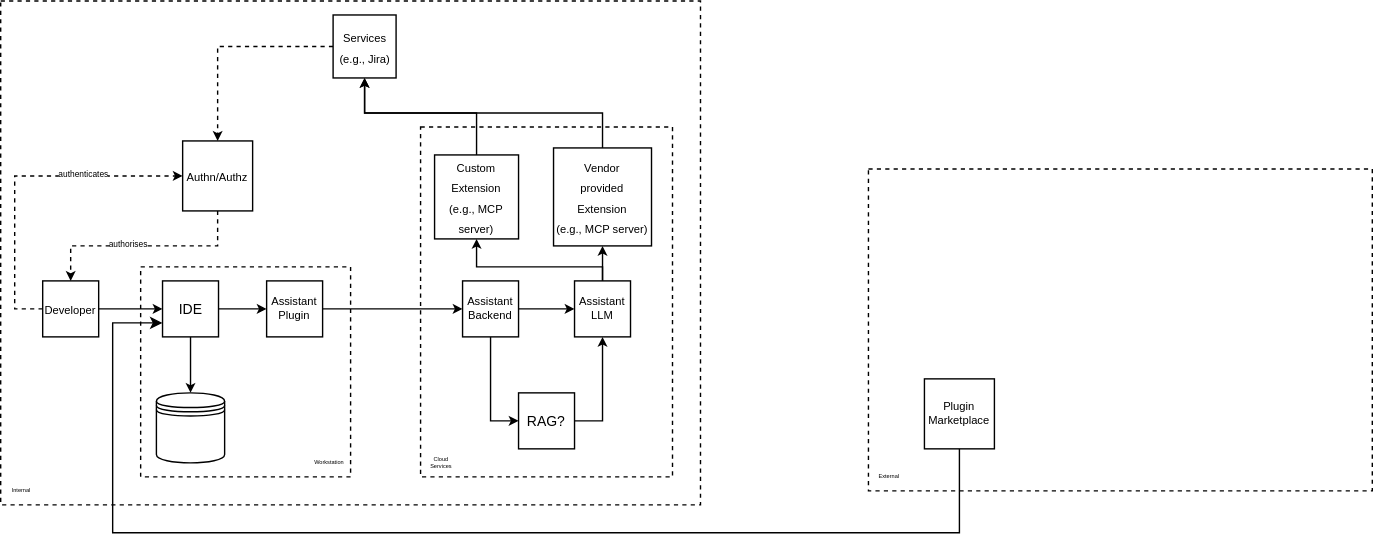
Above: subgroups/use-cases-and-threat-models/use_cases/code_assistant/diagram/ai_code_generator_threat_model_diagram.drawio.svg in lfai/security-and-compliance (draw.io), before the change. Source tidied: cells renumbered, new cells last; positions are measured from the earlier drawing's top-left corner, leaving out a move shared by most shapes.
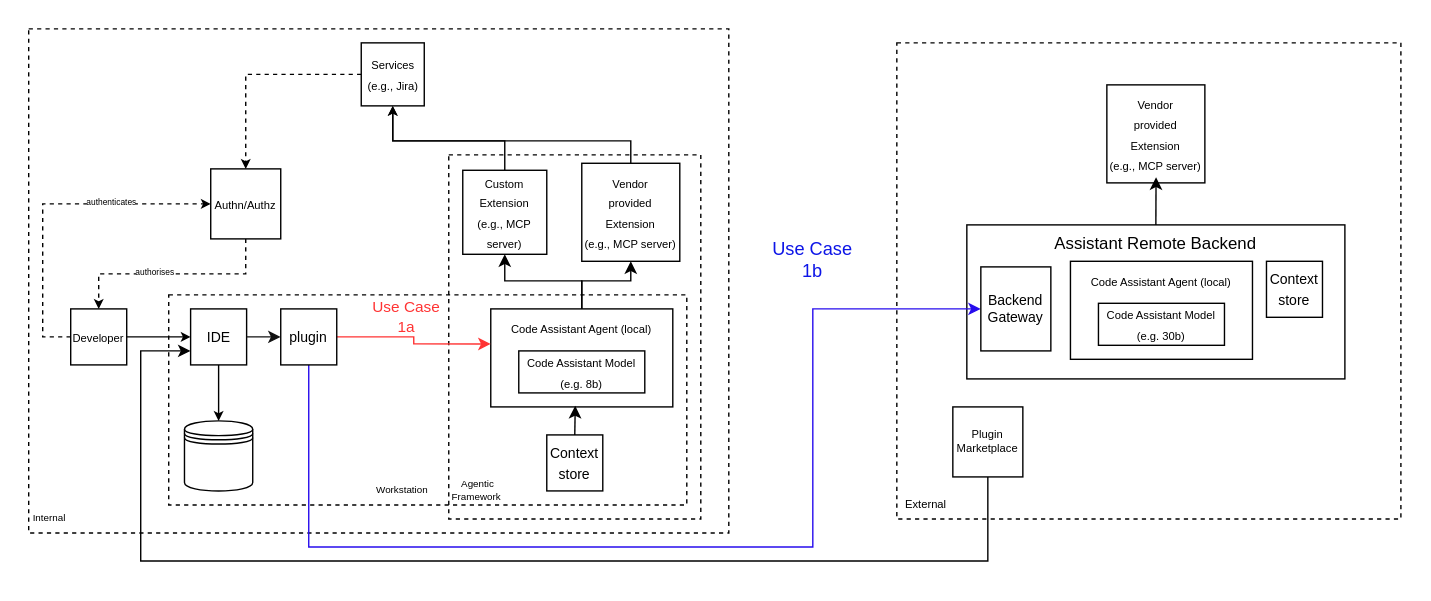
Later version of the same file.

Change to the diagram source:
```diff
@@ -2,12 +2,27 @@
   <root>
     <mxCell id="0" />
     <mxCell id="1" parent="0" />
+    <mxCell id="39" value="Assistant Remote Backend" style="rounded=0;whiteSpace=wrap;html=1;verticalAlign=top;" parent="1" vertex="1">
+      <mxGeometry x="670" y="140" width="270" height="110" as="geometry" />
+    </mxCell>
     <mxCell id="2" style="rounded=0;whiteSpace=wrap;html=1;fillColor=none;dashed=1;" parent="1" vertex="1">
       <mxGeometry width="500" height="360" as="geometry" />
     </mxCell>
     <mxCell id="3" style="rounded=0;html=1;fillColor=none;dashed=1;whiteSpace=wrap;" parent="1" vertex="1">
-      <mxGeometry x="100" y="190" width="150" height="150" as="geometry" />
+      <mxGeometry x="100" y="190" width="370" height="150" as="geometry" />
     </mxCell>
+    <mxCell id="15" style="rounded=0;whiteSpace=wrap;html=1;fillColor=none;dashed=1;" parent="1" vertex="1">
+      <mxGeometry x="300" y="90" width="180" height="260" as="geometry" />
+    </mxCell>
+    <mxCell id="40" style="edgeStyle=orthogonalEdgeStyle;rounded=0;jettySize=auto;html=1;exitX=0.5;exitY=0;exitDx=0;exitDy=0;entryX=0.5;entryY=1;entryDx=0;entryDy=0;" parent="1" edge="1" source="42" target="28">
+      <mxGeometry relative="1" as="geometry" />
+    </mxCell>
+    <mxCell id="41" style="edgeStyle=orthogonalEdgeStyle;rounded=0;jettySize=auto;html=1;exitX=0.5;exitY=0;exitDx=0;exitDy=0;entryX=0.5;entryY=1;entryDx=0;entryDy=0;" parent="1" edge="1" source="42" target="30">
+      <mxGeometry relative="1" as="geometry" />
+    </mxCell>
+    <mxCell id="42" value="&lt;span style=&quot;font-size: 8px;&quot;&gt;Code Assistant Agent (local)&lt;/span&gt;" style="rounded=0;whiteSpace=wrap;html=1;verticalAlign=top;" parent="1" vertex="1">
+      <mxGeometry x="330" y="200" width="130" height="70" as="geometry" />
+    </mxCell>
     <mxCell id="4" style="edgeStyle=orthogonalEdgeStyle;rounded=0;jettySize=auto;html=1;fontSize=11;startSize=5;endSize=4;" parent="1" edge="1" source="7" target="10">
       <mxGeometry relative="1" as="geometry" />
     </mxCell>
@@ -23,56 +38,32 @@
     <mxCell id="8" style="edgeStyle=orthogonalEdgeStyle;rounded=0;jettySize=auto;html=1;exitX=0.5;exitY=1;exitDx=0;exitDy=0;entryX=0.5;entryY=0;entryDx=0;entryDy=0;endSize=4;" parent="1" edge="1" source="10" target="13">
       <mxGeometry relative="1" as="geometry" />
     </mxCell>
-    <mxCell id="9" style="edgeStyle=orthogonalEdgeStyle;rounded=0;jettySize=auto;html=1;exitX=1;exitY=0.5;exitDx=0;exitDy=0;entryX=0;entryY=0.5;entryDx=0;entryDy=0;endSize=4;" parent="1" edge="1" source="10" target="12">
-      <mxGeometry relative="1" as="geometry" />
-    </mxCell>
+    <mxCell id="43" style="edgeStyle=orthogonalEdgeStyle;rounded=0;jettySize=auto;html=1;exitX=1;exitY=0.5;exitDx=0;exitDy=0;strokeColor=#FF3333;" parent="1" edge="1" source="49">
+      <mxGeometry relative="1" as="geometry">
+        <mxPoint x="330" y="225" as="targetPoint" />
+      </mxGeometry>
+    </mxCell>
     <mxCell id="10" value="&lt;p&gt;&lt;font style=&quot;font-size: 10px;&quot;&gt;IDE&lt;/font&gt;&lt;/p&gt;" style="whiteSpace=wrap;html=1;" parent="1" vertex="1">
       <mxGeometry x="115.6" y="200" width="40" height="40" as="geometry" />
     </mxCell>
-    <mxCell id="11" style="edgeStyle=orthogonalEdgeStyle;rounded=0;jettySize=auto;html=1;endSize=4;" parent="1" edge="1" source="12" target="23">
-      <mxGeometry relative="1" as="geometry" />
-    </mxCell>
-    <mxCell id="12" value="Assistant&#10;Plugin" style="whiteSpace=wrap;html=1;autosizeText=1;fontSize=8;" parent="1" vertex="1">
-      <mxGeometry x="190" y="200" width="40" height="40" as="geometry" />
-    </mxCell>
+    <mxCell id="44" style="edgeStyle=orthogonalEdgeStyle;rounded=0;jettySize=auto;html=1;exitX=0.5;exitY=1;exitDx=0;exitDy=0;entryX=0;entryY=0.5;entryDx=0;entryDy=0;strokeColor=light-dark(#270ced, #ededed);" parent="1" edge="1" source="49" target="56">
+      <mxGeometry relative="1" as="geometry">
+        <Array as="points">
+          <mxPoint x="200" y="370" />
+          <mxPoint x="560" y="370" />
+          <mxPoint x="560" y="200" />
+        </Array>
+      </mxGeometry>
+    </mxCell>
     <mxCell id="13" value="&lt;span style=&quot;color: light-dark(transparent, rgb(255, 255, 255));&quot;&gt;&lt;font style=&quot;font-size: 8px;&quot;&gt;&lt;span style=&quot;text-align: start; caret-color: rgb(0, 0, 0);&quot;&gt;Local&lt;/span&gt;&lt;/font&gt;&lt;/span&gt;&lt;div&gt;&lt;span style=&quot;color: light-dark(transparent, rgb(255, 255, 255));&quot;&gt;&lt;font style=&quot;font-size: 8px;&quot;&gt;&lt;span style=&quot;text-align: start; caret-color: rgb(0, 0, 0);&quot;&gt;codebase&lt;/span&gt;&lt;/font&gt;&lt;/span&gt;&lt;/div&gt;&lt;div&gt;&lt;span style=&quot;color: light-dark(transparent, rgb(255, 255, 255));&quot;&gt;&lt;font style=&quot;font-size: 8px;&quot;&gt;&lt;span style=&quot;text-align: start; caret-color: rgb(0, 0, 0);&quot;&gt;clone&lt;/span&gt;&lt;/font&gt;&lt;/span&gt;&lt;/div&gt;" style="shape=datastore;html=1;fontSize=6;" parent="1" vertex="1">
       <mxGeometry x="111.2" y="280" width="48.8" height="50" as="geometry" />
     </mxCell>
     <mxCell id="14" style="rounded=0;whiteSpace=wrap;html=1;fillColor=none;dashed=1;" parent="1" vertex="1">
-      <mxGeometry x="620" y="120" width="360" height="230" as="geometry" />
+      <mxGeometry x="620" y="10" width="360" height="340" as="geometry" />
     </mxCell>
-    <mxCell id="15" style="rounded=0;whiteSpace=wrap;html=1;fillColor=none;dashed=1;" parent="1" vertex="1">
-      <mxGeometry x="300" y="90" width="180" height="250" as="geometry" />
-    </mxCell>
-    <mxCell id="16" style="edgeStyle=orthogonalEdgeStyle;rounded=0;jettySize=auto;html=1;exitX=0.5;exitY=0;exitDx=0;exitDy=0;entryX=0.5;entryY=1;entryDx=0;entryDy=0;endSize=4;" parent="1" edge="1" source="18" target="30">
-      <mxGeometry relative="1" as="geometry" />
-    </mxCell>
-    <mxCell id="17" style="edgeStyle=orthogonalEdgeStyle;rounded=0;jettySize=auto;html=1;exitX=0.5;exitY=0;exitDx=0;exitDy=0;entryX=0.5;entryY=1;entryDx=0;entryDy=0;endSize=4;" parent="1" edge="1" source="18" target="28">
-      <mxGeometry relative="1" as="geometry">
-        <Array as="points">
-          <mxPoint x="430" y="190" />
-          <mxPoint x="340" y="190" />
-        </Array>
-      </mxGeometry>
-    </mxCell>
-    <mxCell id="18" value="Assistant&#10;LLM" style="whiteSpace=wrap;html=1;align=center;fontSize=8;" parent="1" vertex="1">
-      <mxGeometry x="410" y="200" width="40" height="40" as="geometry" />
-    </mxCell>
-    <mxCell id="19" style="edgeStyle=orthogonalEdgeStyle;rounded=0;jettySize=auto;html=1;exitX=1;exitY=0.5;exitDx=0;exitDy=0;entryX=0.5;entryY=1;entryDx=0;entryDy=0;endSize=4;" parent="1" edge="1" source="20" target="18">
-      <mxGeometry relative="1" as="geometry" />
-    </mxCell>
-    <mxCell id="20" value="&lt;font style=&quot;font-size: 10px;&quot;&gt;RAG?&lt;/font&gt;" style="whiteSpace=wrap;html=1;" parent="1" vertex="1">
-      <mxGeometry x="370" y="280" width="40" height="40" as="geometry" />
+    <mxCell id="20" value="&lt;font style=&quot;font-size: 10px;&quot;&gt;Context store&lt;/font&gt;" style="whiteSpace=wrap;html=1;" parent="1" vertex="1">
+      <mxGeometry x="370" y="290" width="40" height="40" as="geometry" />
     </mxCell>
-    <mxCell id="21" style="edgeStyle=orthogonalEdgeStyle;rounded=0;jettySize=auto;html=1;exitX=1;exitY=0.5;exitDx=0;exitDy=0;entryX=0;entryY=0.5;entryDx=0;entryDy=0;endSize=4;" parent="1" edge="1" source="23" target="18">
-      <mxGeometry relative="1" as="geometry" />
-    </mxCell>
-    <mxCell id="22" style="edgeStyle=orthogonalEdgeStyle;rounded=0;jettySize=auto;html=1;exitX=0.5;exitY=1;exitDx=0;exitDy=0;entryX=0;entryY=0.5;entryDx=0;entryDy=0;endSize=4;" parent="1" edge="1" source="23" target="20">
-      <mxGeometry relative="1" as="geometry" />
-    </mxCell>
-    <mxCell id="23" value="Assistant&#10;Backend" style="whiteSpace=wrap;html=1;fontSize=8;" parent="1" vertex="1">
-      <mxGeometry x="330" y="200" width="40" height="40" as="geometry" />
-    </mxCell>
     <mxCell id="24" style="edgeStyle=orthogonalEdgeStyle;rounded=0;jettySize=auto;html=1;exitX=0.5;exitY=1;exitDx=0;exitDy=0;entryX=0.5;entryY=0;entryDx=0;entryDy=0;endSize=4;dashed=1;" parent="1" edge="1" source="26" target="7">
       <mxGeometry relative="1" as="geometry" />
     </mxCell>
@@ -91,7 +82,7 @@
       </mxGeometry>
     </mxCell>
     <mxCell id="28" value="&lt;span style=&quot;text-align: start; caret-color: rgb(0, 0, 0); color: rgb(0, 0, 0);&quot;&gt;&lt;font style=&quot;font-size: 8px;&quot;&gt;Custom&lt;/font&gt;&lt;/span&gt;&lt;div&gt;&lt;span style=&quot;text-align: start; caret-color: rgb(0, 0, 0); color: rgb(0, 0, 0);&quot;&gt;&lt;font style=&quot;font-size: 8px;&quot;&gt;Extension&lt;/font&gt;&lt;/span&gt;&lt;/div&gt;&lt;div&gt;&lt;font style=&quot;font-size: 8px;&quot;&gt;&lt;span style=&quot;text-align: start; caret-color: rgb(0, 0, 0); color: rgb(0, 0, 0);&quot;&gt;(e.g.,&amp;nbsp;&lt;/span&gt;&lt;span style=&quot;text-align: start; caret-color: rgb(0, 0, 0); color: rgb(0, 0, 0);&quot;&gt;MCP server)&lt;/span&gt;&lt;/font&gt;&lt;/div&gt;" style="whiteSpace=wrap;html=1;" parent="1" vertex="1">
-      <mxGeometry x="310" y="110" width="60" height="60" as="geometry" />
+      <mxGeometry x="310" y="101" width="60" height="60" as="geometry" />
     </mxCell>
     <mxCell id="29" style="edgeStyle=orthogonalEdgeStyle;rounded=0;jettySize=auto;html=1;exitX=0.5;exitY=0;exitDx=0;exitDy=0;endSize=4;" parent="1" edge="1" source="30" target="32">
       <mxGeometry relative="1" as="geometry">
@@ -102,7 +93,7 @@
       </mxGeometry>
     </mxCell>
     <mxCell id="30" value="&lt;span style=&quot;caret-color: rgb(0, 0, 0); color: rgb(0, 0, 0);&quot;&gt;&lt;font style=&quot;font-size: 8px;&quot;&gt;Vendor&lt;/font&gt;&lt;/span&gt;&lt;div&gt;&lt;span style=&quot;caret-color: rgb(0, 0, 0); color: rgb(0, 0, 0);&quot;&gt;&lt;font style=&quot;font-size: 8px;&quot;&gt;provided&lt;/font&gt;&lt;/span&gt;&lt;/div&gt;&lt;div&gt;&lt;font style=&quot;font-size: 8px;&quot;&gt;&lt;span style=&quot;caret-color: rgb(0, 0, 0); color: rgb(0, 0, 0);&quot;&gt;Extension (e.g.,&amp;nbsp;&lt;/span&gt;&lt;span style=&quot;caret-color: rgb(0, 0, 0); color: rgb(0, 0, 0);&quot;&gt;MCP server)&lt;/span&gt;&lt;/font&gt;&lt;/div&gt;" style="whiteSpace=wrap;html=1;align=center;" parent="1" vertex="1">
-      <mxGeometry x="395" y="105" width="70" height="70" as="geometry" />
+      <mxGeometry x="395" y="96" width="70" height="70" as="geometry" />
     </mxCell>
     <mxCell id="31" style="edgeStyle=orthogonalEdgeStyle;rounded=0;jettySize=auto;html=1;exitX=0;exitY=0.5;exitDx=0;exitDy=0;dashed=1;endSize=4;" parent="1" edge="1" source="32" target="26">
       <mxGeometry relative="1" as="geometry" />
@@ -110,17 +101,17 @@
     <mxCell id="32" value="&lt;span style=&quot;text-align: start; caret-color: rgb(0, 0, 0); color: rgb(0, 0, 0);&quot;&gt;&lt;font style=&quot;font-size: 8px;&quot;&gt;Services&lt;/font&gt;&lt;/span&gt;&lt;div&gt;&lt;span style=&quot;text-align: start; caret-color: rgb(0, 0, 0); color: rgb(0, 0, 0);&quot;&gt;&lt;font style=&quot;font-size: 8px;&quot;&gt;(e.g., Jira)&lt;/font&gt;&lt;/span&gt;&lt;/div&gt;" style="whiteSpace=wrap;html=1;" parent="1" vertex="1">
       <mxGeometry x="237.5" y="10" width="45" height="45" as="geometry" />
     </mxCell>
-    <mxCell id="33" value="Workstation" style="text;html=1;whiteSpace=wrap;strokeColor=none;fillColor=none;align=center;verticalAlign=middle;rounded=0;fontSize=4;" parent="1" vertex="1">
-      <mxGeometry x="220" y="320" width="30" height="20" as="geometry" />
+    <mxCell id="33" value="Workstation" style="text;html=1;whiteSpace=wrap;strokeColor=none;fillColor=none;align=center;verticalAlign=middle;rounded=0;fontSize=7;" parent="1" vertex="1">
+      <mxGeometry x="252" y="320" width="30" height="20" as="geometry" />
     </mxCell>
-    <mxCell id="34" value="Cloud&lt;div&gt;Services&lt;/div&gt;" style="text;html=1;whiteSpace=wrap;strokeColor=none;fillColor=none;align=center;verticalAlign=middle;rounded=0;fontSize=4;" parent="1" vertex="1">
-      <mxGeometry x="300" y="320" width="30" height="20" as="geometry" />
+    <mxCell id="34" value="Agentic Framework&amp;nbsp;" style="text;html=1;whiteSpace=wrap;strokeColor=none;fillColor=none;align=center;verticalAlign=middle;rounded=0;fontSize=7;" parent="1" vertex="1">
+      <mxGeometry x="296" y="320" width="50" height="20" as="geometry" />
     </mxCell>
-    <mxCell id="35" value="Internal" style="text;html=1;whiteSpace=wrap;strokeColor=none;fillColor=none;align=center;verticalAlign=middle;rounded=0;fontSize=4;" parent="1" vertex="1">
+    <mxCell id="35" value="Internal" style="text;html=1;whiteSpace=wrap;strokeColor=none;fillColor=none;align=center;verticalAlign=middle;rounded=0;fontSize=7;" parent="1" vertex="1">
       <mxGeometry y="340" width="30" height="20" as="geometry" />
     </mxCell>
-    <mxCell id="36" value="External" style="text;html=1;whiteSpace=wrap;strokeColor=none;fillColor=none;align=center;verticalAlign=middle;rounded=0;fontSize=4;" parent="1" vertex="1">
-      <mxGeometry x="620" y="330" width="30" height="20" as="geometry" />
+    <mxCell id="36" value="External" style="text;html=1;whiteSpace=wrap;strokeColor=none;fillColor=none;align=center;verticalAlign=middle;rounded=0;fontSize=8;" parent="1" vertex="1">
+      <mxGeometry x="626" y="330" width="30" height="20" as="geometry" />
     </mxCell>
     <mxCell id="37" style="edgeStyle=orthogonalEdgeStyle;rounded=0;jettySize=auto;html=1;entryX=0;entryY=0.75;entryDx=0;entryDy=0;" parent="1" edge="1" source="38" target="10">
       <mxGeometry relative="1" as="geometry">
@@ -134,5 +125,41 @@
     <mxCell id="38" value="Plugin&lt;div&gt;Marketplace&lt;/div&gt;" style="whiteSpace=wrap;html=1;autosizeText=1;fontSize=8;" parent="1" vertex="1">
       <mxGeometry x="660" y="270" width="50" height="50" as="geometry" />
     </mxCell>
+    <mxCell id="45" value="&lt;font&gt;Use Case 1b&lt;/font&gt;" style="text;html=1;whiteSpace=wrap;strokeColor=none;fillColor=none;align=center;verticalAlign=middle;rounded=0;fontSize=13;fontColor=light-dark(#0d15e7, #ededed);" parent="1" vertex="1">
+      <mxGeometry x="530" y="150" width="60" height="30" as="geometry" />
+    </mxCell>
+    <mxCell id="46" value="&lt;font&gt;Use Case 1a&lt;/font&gt;" style="text;html=1;whiteSpace=wrap;strokeColor=none;fillColor=none;align=center;verticalAlign=middle;rounded=0;fontSize=11;fontColor=#FF3333;" parent="1" vertex="1">
+      <mxGeometry x="240" y="191" width="60" height="30" as="geometry" />
+    </mxCell>
+    <mxCell id="47" value="&lt;font style=&quot;font-size: 10px;&quot;&gt;Context store&lt;/font&gt;" style="whiteSpace=wrap;html=1;" parent="1" vertex="1">
+      <mxGeometry x="884" y="166" width="40" height="40" as="geometry" />
+    </mxCell>
+    <mxCell id="48" style="edgeStyle=orthogonalEdgeStyle;rounded=0;jettySize=auto;html=1;exitX=1;exitY=0.5;exitDx=0;exitDy=0;strokeColor=light-dark(#121212, #ff7777);" parent="1" edge="1" source="10" target="49">
+      <mxGeometry relative="1" as="geometry" />
+    </mxCell>
+    <mxCell id="49" value="&lt;p&gt;&lt;font style=&quot;font-size: 10px;&quot;&gt;plugin&lt;/font&gt;&lt;/p&gt;" style="whiteSpace=wrap;html=1;" parent="1" vertex="1">
+      <mxGeometry x="180" y="200" width="40" height="40" as="geometry" />
+    </mxCell>
+    <mxCell id="50" value="&lt;span style=&quot;font-size: 8px;&quot;&gt;Code Assistant Model (e.g. 8b)&lt;/span&gt;" style="rounded=0;whiteSpace=wrap;html=1;verticalAlign=middle;" parent="1" vertex="1">
+      <mxGeometry x="350" y="230" width="90" height="30" as="geometry" />
+    </mxCell>
+    <mxCell id="51" style="edgeStyle=orthogonalEdgeStyle;rounded=0;jettySize=auto;html=1;exitX=0.5;exitY=0;exitDx=0;exitDy=0;entryX=0.464;entryY=0.989;entryDx=0;entryDy=0;entryPerimeter=0;" parent="1" edge="1" source="20" target="42">
+      <mxGeometry relative="1" as="geometry" />
+    </mxCell>
+    <mxCell id="52" value="&lt;span style=&quot;caret-color: rgb(0, 0, 0); color: rgb(0, 0, 0);&quot;&gt;&lt;font style=&quot;font-size: 8px;&quot;&gt;Vendor&lt;/font&gt;&lt;/span&gt;&lt;div&gt;&lt;span style=&quot;caret-color: rgb(0, 0, 0); color: rgb(0, 0, 0);&quot;&gt;&lt;font style=&quot;font-size: 8px;&quot;&gt;provided&lt;/font&gt;&lt;/span&gt;&lt;/div&gt;&lt;div&gt;&lt;font style=&quot;font-size: 8px;&quot;&gt;&lt;span style=&quot;caret-color: rgb(0, 0, 0); color: rgb(0, 0, 0);&quot;&gt;Extension (e.g.,&amp;nbsp;&lt;/span&gt;&lt;span style=&quot;caret-color: rgb(0, 0, 0); color: rgb(0, 0, 0);&quot;&gt;MCP server)&lt;/span&gt;&lt;/font&gt;&lt;/div&gt;" style="whiteSpace=wrap;html=1;align=center;" parent="1" vertex="1">
+      <mxGeometry x="770" y="40" width="70" height="70" as="geometry" />
+    </mxCell>
+    <mxCell id="53" style="edgeStyle=orthogonalEdgeStyle;rounded=0;jettySize=auto;html=1;exitX=0.5;exitY=0;exitDx=0;exitDy=0;entryX=0.502;entryY=0.943;entryDx=0;entryDy=0;entryPerimeter=0;" parent="1" edge="1" source="39" target="52">
+      <mxGeometry relative="1" as="geometry" />
+    </mxCell>
+    <mxCell id="54" value="&lt;span style=&quot;font-size: 8px;&quot;&gt;Code Assistant Agent (local)&lt;/span&gt;" style="rounded=0;whiteSpace=wrap;html=1;verticalAlign=top;" parent="1" vertex="1">
+      <mxGeometry x="744" y="166" width="130" height="70" as="geometry" />
+    </mxCell>
+    <mxCell id="55" value="&lt;span style=&quot;font-size: 8px;&quot;&gt;Code Assistant Model (e.g. 30b)&lt;/span&gt;" style="rounded=0;whiteSpace=wrap;html=1;verticalAlign=middle;" parent="1" vertex="1">
+      <mxGeometry x="764" y="196" width="90" height="30" as="geometry" />
+    </mxCell>
+    <mxCell id="56" value="Backend Gateway" style="rounded=0;whiteSpace=wrap;html=1;fontSize=10;" parent="1" vertex="1">
+      <mxGeometry x="680" y="170" width="50" height="60" as="geometry" />
+    </mxCell>
   </root>
 </mxGraphModel>
```
